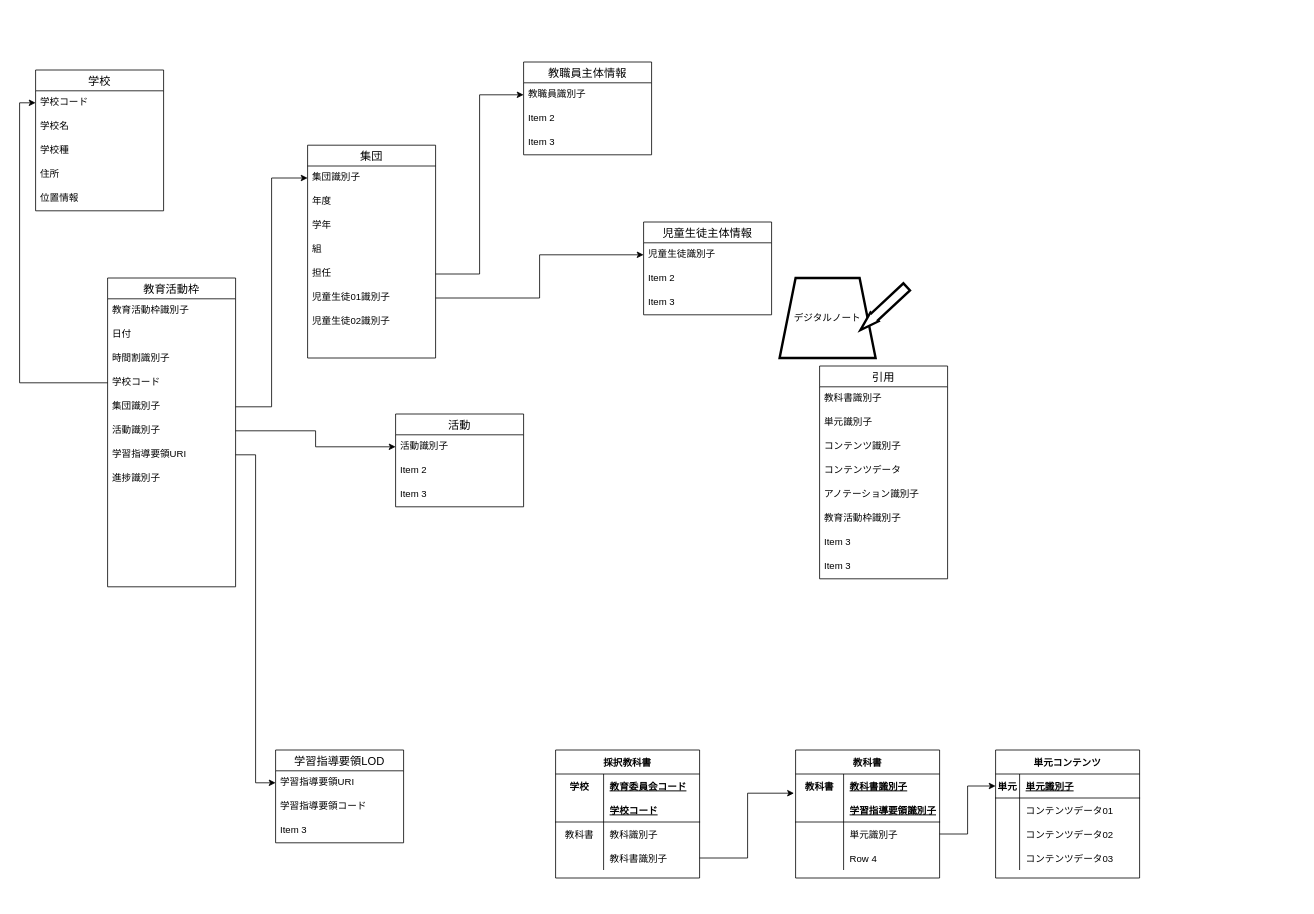
Above: edu_db.drawio in con3code/educode (draw.io), before the change. Source tidied: cells renumbered, new cells numbered last; positions are measured from the earlier drawing's top-left corner, leaving out a move shared by most shapes. Both pictures are drawn from the tidied source at 80%, with x=0, y=0 at pixel (35, 62).
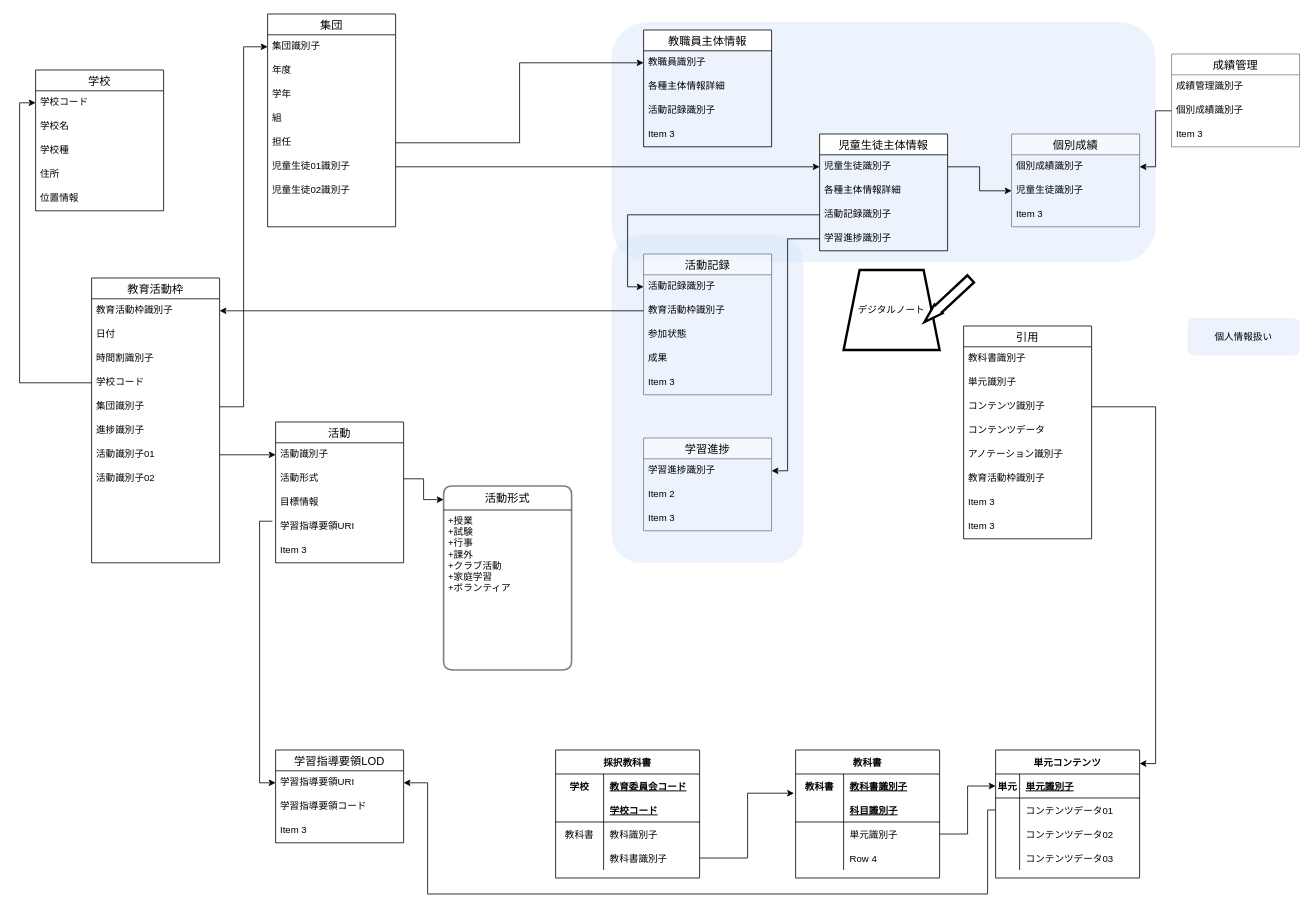
Above is the later version.

Commit message:
edu_db.drawio を更新します

The change refers to these unchanged cells:
```xml
<mxCell id="3" value="教育活動枠識別子" style="text;strokeColor=none;fillColor=none;spacingLeft=4;spacingRight=4;overflow=hidden;points=[[0,0.5],[1,0.5]];portConstraint=eastwest;fontSize=12;" parent="2" vertex="1">
  <mxGeometry y="26" width="160" height="30" as="geometry" />
</mxCell>
<mxCell id="26" value="児童生徒識別子" style="text;strokeColor=none;fillColor=none;spacingLeft=4;spacingRight=4;overflow=hidden;points=[[0,0.5],[1,0.5]];portConstraint=eastwest;fontSize=12;" parent="25" vertex="1">
  <mxGeometry y="26" width="160" height="30" as="geometry" />
</mxCell>
<mxCell id="49" value="学習指導要領URI" style="text;strokeColor=none;fillColor=none;spacingLeft=4;spacingRight=4;overflow=hidden;points=[[0,0.5],[1,0.5]];portConstraint=eastwest;fontSize=12;" parent="48" vertex="1">
  <mxGeometry y="26" width="160" height="30" as="geometry" />
</mxCell>
<mxCell id="71" style="shape=tableRow;horizontal=0;startSize=0;swimlaneHead=0;swimlaneBody=0;fillColor=none;top=0;left=0;right=0;bottom=1;" parent="67" vertex="1">
  <mxGeometry y="60" width="180" height="30" as="geometry" />
</mxCell>
<mxCell id="80" value="単元コンテンツ" style="shape=table;startSize=30;childLayout=tableLayout;rowLines=0;fontStyle=1;align=center;" parent="1" vertex="1">
  <mxGeometry x="1200" y="860" width="180" height="160" as="geometry" />
</mxCell>
<mxCell id="84" style="shape=tableRow;horizontal=0;startSize=0;swimlaneHead=0;swimlaneBody=0;fillColor=none;points=[[0,0.5],[1,0.5]];portConstraint=eastwest;top=0;left=0;right=0;bottom=0;" parent="80" vertex="1">
  <mxGeometry y="60" width="180" height="30" as="geometry" />
</mxCell>
<mxCell id="98" value="コンテンツ識別子" style="text;strokeColor=none;fillColor=none;spacingLeft=4;spacingRight=4;overflow=hidden;points=[[0,0.5],[1,0.5]];portConstraint=eastwest;fontSize=12;" parent="95" vertex="1">
  <mxGeometry y="86" width="160" height="30" as="geometry" />
</mxCell>
```

Diff of the diagram source:
```diff
@@
+    <mxCell id="104" style="rounded=1;whiteSpace=wrap;html=1;fillColor=#dae8fc;strokeColor=none;opacity=50;" parent="1" vertex="1">
+      <mxGeometry x="720" y="216" width="240" height="410" as="geometry" />
+    </mxCell>
+    <mxCell id="105" style="rounded=1;whiteSpace=wrap;html=1;fillColor=#dae8fc;strokeColor=none;opacity=50;" parent="1" vertex="1">
+      <mxGeometry x="720" y="-50" width="680" height="300" as="geometry" />
+    </mxCell>
     <mxCell id="2" value="教育活動枠" style="swimlane;fontStyle=0;horizontal=1;startSize=26;align=center;fontSize=14;" parent="1" vertex="1">
-      <mxGeometry x="90" y="270" width="160" height="386" as="geometry" />
+      <mxGeometry x="70" y="270" width="160" height="356" as="geometry" />
     </mxCell>
@@
+    <mxCell id="10" value="進捗識別子" style="text;strokeColor=none;fillColor=none;spacingLeft=4;spacingRight=4;overflow=hidden;fontSize=12;" parent="2" vertex="1">
+      <mxGeometry y="176" width="160" height="30" as="geometry" />
+    </mxCell>
-    <mxCell id="8" value="活動識別子" style="text;strokeColor=none;fillColor=none;spacingLeft=4;spacingRight=4;overflow=hidden;points=[[0,0.5],[1,0.5]];portConstraint=eastwest;fontSize=12;" parent="2" vertex="1">
-      <mxGeometry y="176" width="160" height="30" as="geometry" />
+    <mxCell id="8" value="活動識別子01" style="text;strokeColor=none;fillColor=none;spacingLeft=4;spacingRight=4;overflow=hidden;points=[[0,0.5],[1,0.5]];portConstraint=eastwest;fontSize=12;" parent="2" vertex="1">
+      <mxGeometry y="206" width="160" height="30" as="geometry" />
     </mxCell>
-    <mxCell id="9" value="学習指導要領URI" style="text;strokeColor=none;fillColor=none;spacingLeft=4;spacingRight=4;overflow=hidden;points=[[0,0.5],[1,0.5]];portConstraint=eastwest;fontSize=12;" parent="2" vertex="1">
-      <mxGeometry y="206" width="160" height="30" as="geometry" />
-    </mxCell>
-    <mxCell id="10" value="進捗識別子" style="text;strokeColor=none;fillColor=none;spacingLeft=4;spacingRight=4;overflow=hidden;fontSize=12;" parent="2" vertex="1">
-      <mxGeometry y="236" width="160" height="30" as="geometry" />
-    </mxCell>
-    <mxCell id="11" style="text;strokeColor=none;fillColor=none;spacingLeft=4;spacingRight=4;overflow=hidden;fontSize=12;" parent="2" vertex="1">
-      <mxGeometry y="266" width="160" height="30" as="geometry" />
+    <mxCell id="11" value="活動識別子02" style="text;strokeColor=none;fillColor=none;spacingLeft=4;spacingRight=4;overflow=hidden;fontSize=12;" parent="2" vertex="1">
+      <mxGeometry y="236" width="160" height="30" as="geometry" />
     </mxCell>
     <mxCell id="12" style="text;strokeColor=none;fillColor=none;spacingLeft=4;spacingRight=4;overflow=hidden;fontSize=12;" parent="2" vertex="1">
-      <mxGeometry y="296" width="160" height="30" as="geometry" />
+      <mxGeometry y="266" width="160" height="30" as="geometry" />
     </mxCell>
     <mxCell id="13" style="text;strokeColor=none;fillColor=none;spacingLeft=4;spacingRight=4;overflow=hidden;fontSize=12;" parent="2" vertex="1">
-      <mxGeometry y="326" width="160" height="30" as="geometry" />
+      <mxGeometry y="296" width="160" height="30" as="geometry" />
     </mxCell>
     <mxCell id="14" style="text;strokeColor=none;fillColor=none;spacingLeft=4;spacingRight=4;overflow=hidden;fontSize=12;" parent="2" vertex="1">
-      <mxGeometry y="356" width="160" height="30" as="geometry" />
+      <mxGeometry y="326" width="160" height="30" as="geometry" />
     </mxCell>
     <mxCell id="15" value="集団" style="swimlane;fontStyle=0;horizontal=1;startSize=26;align=center;fontSize=14;" parent="1" vertex="1">
-      <mxGeometry x="340" y="104" width="160" height="266" as="geometry" />
+      <mxGeometry x="290" y="-60" width="160" height="266" as="geometry" />
     </mxCell>
@@
     <mxCell id="25" value="児童生徒主体情報" style="swimlane;fontStyle=0;horizontal=1;startSize=26;align=center;fontSize=14;" parent="1" vertex="1">
-      <mxGeometry x="760" y="200" width="160" height="116" as="geometry" />
+      <mxGeometry x="980" y="90" width="160" height="146" as="geometry" />
     </mxCell>
@@
+    <mxCell id="28" value="各種主体情報詳細" style="text;strokeColor=none;fillColor=none;spacingLeft=4;spacingRight=4;overflow=hidden;fontSize=12;" parent="25" vertex="1">
+      <mxGeometry y="56" width="160" height="30" as="geometry" />
+    </mxCell>
-    <mxCell id="27" value="Item 2" style="text;strokeColor=none;fillColor=none;spacingLeft=4;spacingRight=4;overflow=hidden;points=[[0,0.5],[1,0.5]];portConstraint=eastwest;fontSize=12;" parent="25" vertex="1">
-      <mxGeometry y="56" width="160" height="30" as="geometry" />
+    <mxCell id="27" value="活動記録識別子" style="text;strokeColor=none;fillColor=none;spacingLeft=4;spacingRight=4;overflow=hidden;points=[[0,0.5],[1,0.5]];portConstraint=eastwest;fontSize=12;" parent="25" vertex="1">
+      <mxGeometry y="86" width="160" height="30" as="geometry" />
     </mxCell>
-    <mxCell id="28" value="Item 3" style="text;strokeColor=none;fillColor=none;spacingLeft=4;spacingRight=4;overflow=hidden;fontSize=12;" parent="25" vertex="1">
-      <mxGeometry y="86" width="160" height="30" as="geometry" />
-    </mxCell>
+    <mxCell id="106" value="学習進捗識別子" style="text;strokeColor=none;fillColor=none;spacingLeft=4;spacingRight=4;overflow=hidden;points=[[0,0.5],[1,0.5]];portConstraint=eastwest;fontSize=12;" parent="25" vertex="1">
+      <mxGeometry y="116" width="160" height="30" as="geometry" />
+    </mxCell>
     <mxCell id="29" value="教職員主体情報" style="swimlane;fontStyle=0;horizontal=1;startSize=26;align=center;fontSize=14;" parent="1" vertex="1">
-      <mxGeometry x="610" width="160" height="116" as="geometry" />
+      <mxGeometry x="760" y="-40" width="160" height="146" as="geometry" />
     </mxCell>
@@
-    <mxCell id="31" value="Item 2" style="text;strokeColor=none;fillColor=none;spacingLeft=4;spacingRight=4;overflow=hidden;fontSize=12;" parent="29" vertex="1">
+    <mxCell id="31" value="各種主体情報詳細" style="text;strokeColor=none;fillColor=none;spacingLeft=4;spacingRight=4;overflow=hidden;fontSize=12;" parent="29" vertex="1">
       <mxGeometry y="56" width="160" height="30" as="geometry" />
     </mxCell>
+    <mxCell id="107" value="活動記録識別子" style="text;strokeColor=none;fillColor=none;spacingLeft=4;spacingRight=4;overflow=hidden;fontSize=12;" parent="29" vertex="1">
+      <mxGeometry y="86" width="160" height="30" as="geometry" />
+    </mxCell>
     <mxCell id="32" value="Item 3" style="text;strokeColor=none;fillColor=none;spacingLeft=4;spacingRight=4;overflow=hidden;fontSize=12;" parent="29" vertex="1">
-      <mxGeometry y="86" width="160" height="30" as="geometry" />
+      <mxGeometry y="116" width="160" height="30" as="geometry" />
     </mxCell>
@@
-    <mxCell id="59" style="edgeStyle=orthogonalEdgeStyle;rounded=0;jettySize=auto;html=1;entryX=0;entryY=0.5;entryDx=0;entryDy=0;" parent="1" edge="1" source="9" target="49">
+    <mxCell id="59" style="edgeStyle=orthogonalEdgeStyle;rounded=0;jettySize=auto;html=1;entryX=0;entryY=0.5;entryDx=0;entryDy=0;exitX=-0.025;exitY=0.267;exitDx=0;exitDy=0;exitPerimeter=0;" parent="1" edge="1" source="9" target="49">
       <mxGeometry relative="1" as="geometry" />
     </mxCell>
     <mxCell id="60" value="デジタルノート" style="shape=trapezoid;perimeter=trapezoidPerimeter;whiteSpace=wrap;html=1;fixedSize=1;strokeWidth=3;" parent="1" vertex="1">
-      <mxGeometry x="930" y="270" width="120" height="100" as="geometry" />
+      <mxGeometry x="1010" y="260" width="120" height="100" as="geometry" />
     </mxCell>
     <mxCell id="61" style="shape=flexArrow;endArrow=classic;html=1;rounded=0;endWidth=0;endSize=7.0248275862068965;strokeWidth=3;fillColor=default;" parent="1" edge="1">
       <mxGeometry relative="1" as="geometry">
-        <mxPoint x="1090" y="280" as="sourcePoint" />
-        <mxPoint x="1030" y="336" as="targetPoint" />
+        <mxPoint x="1170" y="270" as="sourcePoint" />
+        <mxPoint x="1110" y="326" as="targetPoint" />
       </mxGeometry>
     </mxCell>
     <mxCell id="62" value="活動" style="swimlane;fontStyle=0;horizontal=1;startSize=26;align=center;fontSize=14;strokeWidth=1;" parent="1" vertex="1">
-      <mxGeometry x="450" y="440" width="160" height="116" as="geometry" />
+      <mxGeometry x="300" y="450" width="160" height="176" as="geometry" />
     </mxCell>
@@
-    <mxCell id="64" value="Item 2" style="text;strokeColor=none;fillColor=none;spacingLeft=4;spacingRight=4;overflow=hidden;points=[[0,0.5],[1,0.5]];portConstraint=eastwest;fontSize=12;strokeWidth=3;" parent="62" vertex="1">
+    <mxCell id="64" value="活動形式" style="text;strokeColor=none;fillColor=none;spacingLeft=4;spacingRight=4;overflow=hidden;points=[[0,0.5],[1,0.5]];portConstraint=eastwest;fontSize=12;strokeWidth=3;" parent="62" vertex="1">
       <mxGeometry y="56" width="160" height="30" as="geometry" />
     </mxCell>
-    <mxCell id="65" value="Item 3" style="text;strokeColor=none;fillColor=none;spacingLeft=4;spacingRight=4;overflow=hidden;fontSize=12;strokeWidth=3;" parent="62" vertex="1">
+    <mxCell id="65" value="目標情報" style="text;strokeColor=none;fillColor=none;spacingLeft=4;spacingRight=4;overflow=hidden;fontSize=12;strokeWidth=3;" parent="62" vertex="1">
       <mxGeometry y="86" width="160" height="30" as="geometry" />
     </mxCell>
+    <mxCell id="9" value="学習指導要領URI&#10;" style="text;strokeColor=none;fillColor=none;spacingLeft=4;spacingRight=4;overflow=hidden;points=[[0,0.5],[1,0.5]];portConstraint=eastwest;fontSize=12;strokeWidth=3;" parent="62" vertex="1">
+      <mxGeometry y="116" width="160" height="30" as="geometry" />
+    </mxCell>
+    <mxCell id="108" value="Item 3" style="text;strokeColor=none;fillColor=none;spacingLeft=4;spacingRight=4;overflow=hidden;fontSize=12;strokeWidth=3;" parent="62" vertex="1">
+      <mxGeometry y="146" width="160" height="30" as="geometry" />
+    </mxCell>
@@
-    <mxCell id="73" value="学習指導要領識別子" style="shape=partialRectangle;fillColor=none;top=0;left=0;bottom=0;right=0;align=left;spacingLeft=6;fontStyle=5;overflow=hidden;" parent="71" vertex="1">
+    <mxCell id="73" value="科目識別子" style="shape=partialRectangle;fillColor=none;top=0;left=0;bottom=0;right=0;align=left;spacingLeft=6;fontStyle=5;overflow=hidden;" parent="71" vertex="1">
       <mxGeometry x="60" width="120" height="30" as="geometry" />
     </mxCell>
@@
     <mxCell id="95" value="引用" style="swimlane;fontStyle=0;horizontal=1;startSize=26;align=center;fontSize=14;" parent="1" vertex="1">
-      <mxGeometry x="980" y="380" width="160" height="266" as="geometry" />
+      <mxGeometry x="1160" y="330" width="160" height="266" as="geometry" />
     </mxCell>
@@
+    <mxCell id="109" value="個人情報扱い" style="rounded=1;whiteSpace=wrap;html=1;fillColor=#dae8fc;strokeColor=none;opacity=50;" parent="1" vertex="1">
+      <mxGeometry x="1440" y="320" width="140" height="47" as="geometry" />
+    </mxCell>
+    <mxCell id="110" value="活動記録" style="swimlane;fontStyle=0;horizontal=1;startSize=26;align=center;fontSize=14;opacity=50;" parent="1" vertex="1">
+      <mxGeometry x="760" y="240" width="160" height="176" as="geometry" />
+    </mxCell>
+    <mxCell id="111" value="活動記録識別子" style="text;strokeColor=none;fillColor=none;spacingLeft=4;spacingRight=4;overflow=hidden;points=[[0,0.5],[1,0.5]];portConstraint=eastwest;fontSize=12;opacity=50;" parent="110" vertex="1">
+      <mxGeometry y="26" width="160" height="30" as="geometry" />
+    </mxCell>
+    <mxCell id="112" value="教育活動枠識別子" style="text;strokeColor=none;fillColor=none;spacingLeft=4;spacingRight=4;overflow=hidden;points=[[0,0.5],[1,0.5]];portConstraint=eastwest;fontSize=12;opacity=50;" parent="110" vertex="1">
+      <mxGeometry y="56" width="160" height="30" as="geometry" />
+    </mxCell>
+    <mxCell id="113" value="参加状態" style="text;strokeColor=none;fillColor=none;spacingLeft=4;spacingRight=4;overflow=hidden;fontSize=12;opacity=50;" parent="110" vertex="1">
+      <mxGeometry y="86" width="160" height="30" as="geometry" />
+    </mxCell>
+    <mxCell id="114" value="成果" style="text;strokeColor=none;fillColor=none;spacingLeft=4;spacingRight=4;overflow=hidden;fontSize=12;opacity=50;" parent="110" vertex="1">
+      <mxGeometry y="116" width="160" height="30" as="geometry" />
+    </mxCell>
+    <mxCell id="115" value="Item 3" style="text;strokeColor=none;fillColor=none;spacingLeft=4;spacingRight=4;overflow=hidden;fontSize=12;opacity=50;" parent="110" vertex="1">
+      <mxGeometry y="146" width="160" height="30" as="geometry" />
+    </mxCell>
+    <mxCell id="116" style="edgeStyle=orthogonalEdgeStyle;rounded=0;jettySize=auto;html=1;entryX=0;entryY=0.5;entryDx=0;entryDy=0;" parent="1" edge="1" source="27" target="111">
+      <mxGeometry relative="1" as="geometry" />
+    </mxCell>
+    <mxCell id="117" style="edgeStyle=orthogonalEdgeStyle;rounded=0;jettySize=auto;html=1;entryX=1;entryY=0.5;entryDx=0;entryDy=0;" parent="1" edge="1" source="112" target="3">
+      <mxGeometry relative="1" as="geometry" />
+    </mxCell>
+    <mxCell id="118" value="学習進捗" style="swimlane;fontStyle=0;horizontal=1;startSize=26;align=center;fontSize=14;opacity=50;" parent="1" vertex="1">
+      <mxGeometry x="760" y="470" width="160" height="116" as="geometry" />
+    </mxCell>
+    <mxCell id="119" value="学習進捗識別子" style="text;strokeColor=none;fillColor=none;spacingLeft=4;spacingRight=4;overflow=hidden;points=[[0,0.5],[1,0.5]];portConstraint=eastwest;fontSize=12;opacity=50;" parent="118" vertex="1">
+      <mxGeometry y="26" width="160" height="30" as="geometry" />
+    </mxCell>
+    <mxCell id="120" value="Item 2" style="text;strokeColor=none;fillColor=none;spacingLeft=4;spacingRight=4;overflow=hidden;fontSize=12;opacity=50;" parent="118" vertex="1">
+      <mxGeometry y="56" width="160" height="30" as="geometry" />
+    </mxCell>
+    <mxCell id="121" value="Item 3" style="text;strokeColor=none;fillColor=none;spacingLeft=4;spacingRight=4;overflow=hidden;fontSize=12;opacity=50;" parent="118" vertex="1">
+      <mxGeometry y="86" width="160" height="30" as="geometry" />
+    </mxCell>
+    <mxCell id="122" style="edgeStyle=orthogonalEdgeStyle;rounded=0;jettySize=auto;html=1;" parent="1" edge="1" source="106" target="119">
+      <mxGeometry relative="1" as="geometry">
+        <Array as="points">
+          <mxPoint x="940" y="221" />
+          <mxPoint x="940" y="511" />
+        </Array>
+      </mxGeometry>
+    </mxCell>
+    <mxCell id="123" value="成績管理" style="swimlane;fontStyle=0;horizontal=1;startSize=26;align=center;fontSize=14;opacity=50;" parent="1" vertex="1">
+      <mxGeometry x="1420" y="-10" width="160" height="116" as="geometry" />
+    </mxCell>
+    <mxCell id="124" value="成績管理識別子" style="text;strokeColor=none;fillColor=none;spacingLeft=4;spacingRight=4;overflow=hidden;fontSize=12;opacity=50;" parent="123" vertex="1">
+      <mxGeometry y="26" width="160" height="30" as="geometry" />
+    </mxCell>
+    <mxCell id="125" value="個別成績識別子" style="text;strokeColor=none;fillColor=none;spacingLeft=4;spacingRight=4;overflow=hidden;points=[[0,0.5],[1,0.5]];portConstraint=eastwest;fontSize=12;opacity=50;" parent="123" vertex="1">
+      <mxGeometry y="56" width="160" height="30" as="geometry" />
+    </mxCell>
+    <mxCell id="126" value="Item 3" style="text;strokeColor=none;fillColor=none;spacingLeft=4;spacingRight=4;overflow=hidden;fontSize=12;opacity=50;" parent="123" vertex="1">
+      <mxGeometry y="86" width="160" height="30" as="geometry" />
+    </mxCell>
+    <mxCell id="127" style="edgeStyle=orthogonalEdgeStyle;rounded=0;jettySize=auto;html=1;entryX=1;entryY=0.5;entryDx=0;entryDy=0;exitX=0;exitY=0.5;exitDx=0;exitDy=0;" parent="1" edge="1" source="84" target="49">
+      <mxGeometry relative="1" as="geometry">
+        <Array as="points">
+          <mxPoint x="1190" y="935" />
+          <mxPoint x="1190" y="1040" />
+          <mxPoint x="490" y="1040" />
+          <mxPoint x="490" y="901" />
+        </Array>
+      </mxGeometry>
+    </mxCell>
+    <mxCell id="128" style="edgeStyle=orthogonalEdgeStyle;rounded=0;jettySize=auto;html=1;entryX=1;entryY=0.106;entryDx=0;entryDy=0;entryPerimeter=0;" parent="1" edge="1" source="98" target="80">
+      <mxGeometry relative="1" as="geometry" />
+    </mxCell>
+    <mxCell id="129" value="活動形式" style="swimlane;horizontal=1;startSize=30;rounded=1;fontSize=14;fontStyle=0;strokeWidth=2;shadow=0;dashed=0;align=center;opacity=50;arcSize=12;" parent="1" vertex="1">
+      <mxGeometry x="510" y="530" width="160" height="230" as="geometry" />
+    </mxCell>
+    <mxCell id="130" value="+授業&#10;+試験&#10;+行事&#10;+課外&#10;+クラブ活動&#10;+家庭学習&#10;+ボランティア" style="align=left;strokeColor=none;fillColor=none;spacingLeft=4;fontSize=12;verticalAlign=top;opacity=50;" parent="129" vertex="1">
+      <mxGeometry y="30" width="160" height="200" as="geometry" />
+    </mxCell>
+    <mxCell id="131" style="edgeStyle=orthogonalEdgeStyle;rounded=0;jettySize=auto;html=1;entryX=0;entryY=0.074;entryDx=0;entryDy=0;entryPerimeter=0;" parent="1" edge="1" source="64" target="129">
+      <mxGeometry relative="1" as="geometry" />
+    </mxCell>
+    <mxCell id="132" value="個別成績" style="swimlane;fontStyle=0;horizontal=1;startSize=26;align=center;fontSize=14;opacity=50;" parent="1" vertex="1">
+      <mxGeometry x="1220" y="90" width="160" height="116" as="geometry" />
+    </mxCell>
+    <mxCell id="133" value="個別成績識別子" style="text;strokeColor=none;fillColor=none;spacingLeft=4;spacingRight=4;overflow=hidden;points=[[0,0.5],[1,0.5]];portConstraint=eastwest;fontSize=12;opacity=50;" parent="132" vertex="1">
+      <mxGeometry y="26" width="160" height="30" as="geometry" />
+    </mxCell>
+    <mxCell id="134" value="児童生徒識別子" style="text;strokeColor=none;fillColor=none;spacingLeft=4;spacingRight=4;overflow=hidden;points=[[0,0.5],[1,0.5]];portConstraint=eastwest;fontSize=12;opacity=50;" parent="132" vertex="1">
+      <mxGeometry y="56" width="160" height="30" as="geometry" />
+    </mxCell>
+    <mxCell id="135" value="Item 3" style="text;strokeColor=none;fillColor=none;spacingLeft=4;spacingRight=4;overflow=hidden;fontSize=12;opacity=50;" parent="132" vertex="1">
+      <mxGeometry y="86" width="160" height="30" as="geometry" />
+    </mxCell>
+    <mxCell id="136" style="edgeStyle=orthogonalEdgeStyle;rounded=0;jettySize=auto;html=1;entryX=1;entryY=0.5;entryDx=0;entryDy=0;" parent="1" edge="1" source="125" target="133">
+      <mxGeometry relative="1" as="geometry" />
+    </mxCell>
+    <mxCell id="137" style="edgeStyle=orthogonalEdgeStyle;rounded=0;jettySize=auto;html=1;entryX=0;entryY=0.5;entryDx=0;entryDy=0;" parent="1" edge="1" source="26" target="134">
+      <mxGeometry relative="1" as="geometry" />
+    </mxCell>
```
